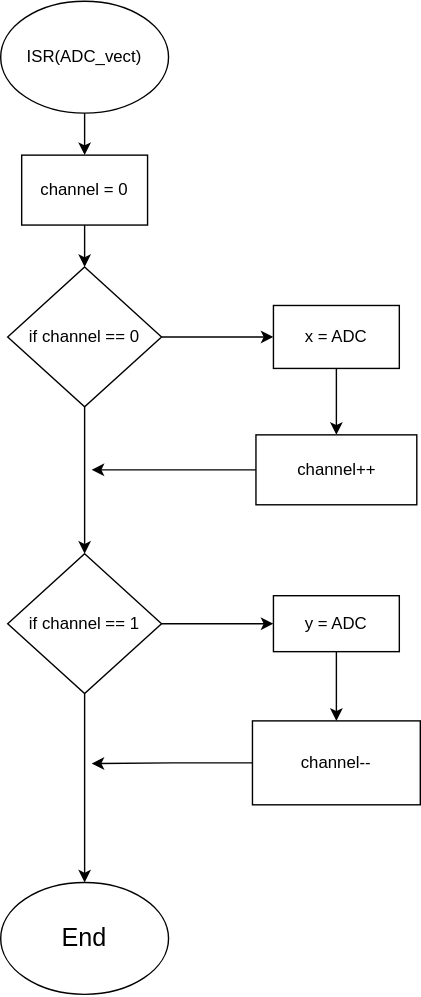
The draw.io diagram project1/joystick.drawio.svg in OndraFoltyn/digital-electronics-2, before a commit. Source tidied: cells renumbered, new cells last; positions are measured from the earlier drawing's top-left corner, leaving out a move shared by most shapes.
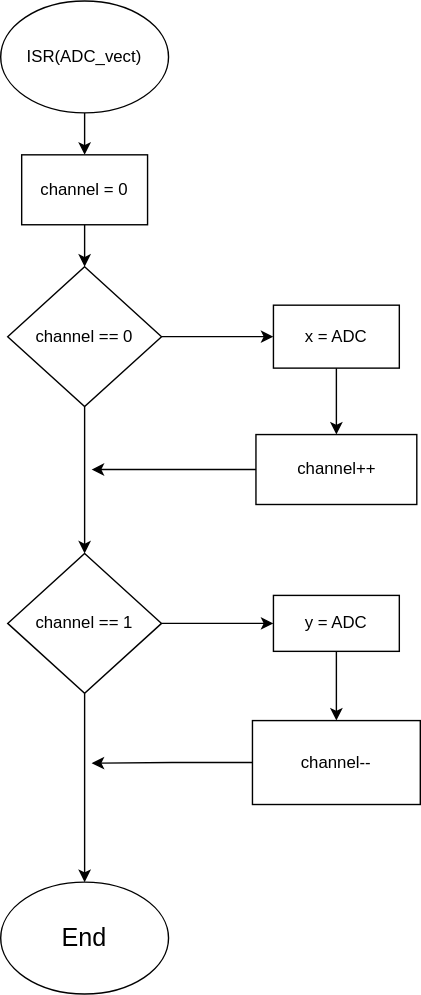
After the change.

Diff of the diagram source:
```diff
@@ -14,7 +14,7 @@
     <mxCell id="5" style="edgeStyle=orthogonalEdgeStyle;rounded=0;jettySize=auto;html=1;exitX=0.5;exitY=1;exitDx=0;exitDy=0;fontSize=18;" parent="1" edge="1" source="6" target="15">
       <mxGeometry relative="1" as="geometry" />
     </mxCell>
-    <mxCell id="6" value="if channel == 0" style="rhombus;whiteSpace=wrap;html=1;" parent="1" vertex="1">
+    <mxCell id="6" value="channel == 0" style="rhombus;whiteSpace=wrap;html=1;" parent="1" vertex="1">
       <mxGeometry x="5" y="190" width="110" height="100" as="geometry" />
     </mxCell>
     <mxCell id="7" style="edgeStyle=orthogonalEdgeStyle;rounded=0;jettySize=auto;html=1;" parent="1" edge="1" source="8" target="10">
@@ -43,7 +43,7 @@
     <mxCell id="14" style="edgeStyle=orthogonalEdgeStyle;rounded=0;jettySize=auto;html=1;exitX=1;exitY=0.5;exitDx=0;exitDy=0;entryX=0;entryY=0.5;entryDx=0;entryDy=0;fontSize=18;" parent="1" edge="1" source="15" target="17">
       <mxGeometry relative="1" as="geometry" />
     </mxCell>
-    <mxCell id="15" value="if channel == 1" style="rhombus;whiteSpace=wrap;html=1;" parent="1" vertex="1">
+    <mxCell id="15" value="channel == 1" style="rhombus;whiteSpace=wrap;html=1;" parent="1" vertex="1">
       <mxGeometry x="5" y="395" width="110" height="100" as="geometry" />
     </mxCell>
     <mxCell id="16" style="edgeStyle=orthogonalEdgeStyle;rounded=0;jettySize=auto;html=1;exitX=0.5;exitY=1;exitDx=0;exitDy=0;entryX=0.5;entryY=0;entryDx=0;entryDy=0;fontSize=18;" parent="1" edge="1" source="17" target="19">
```
